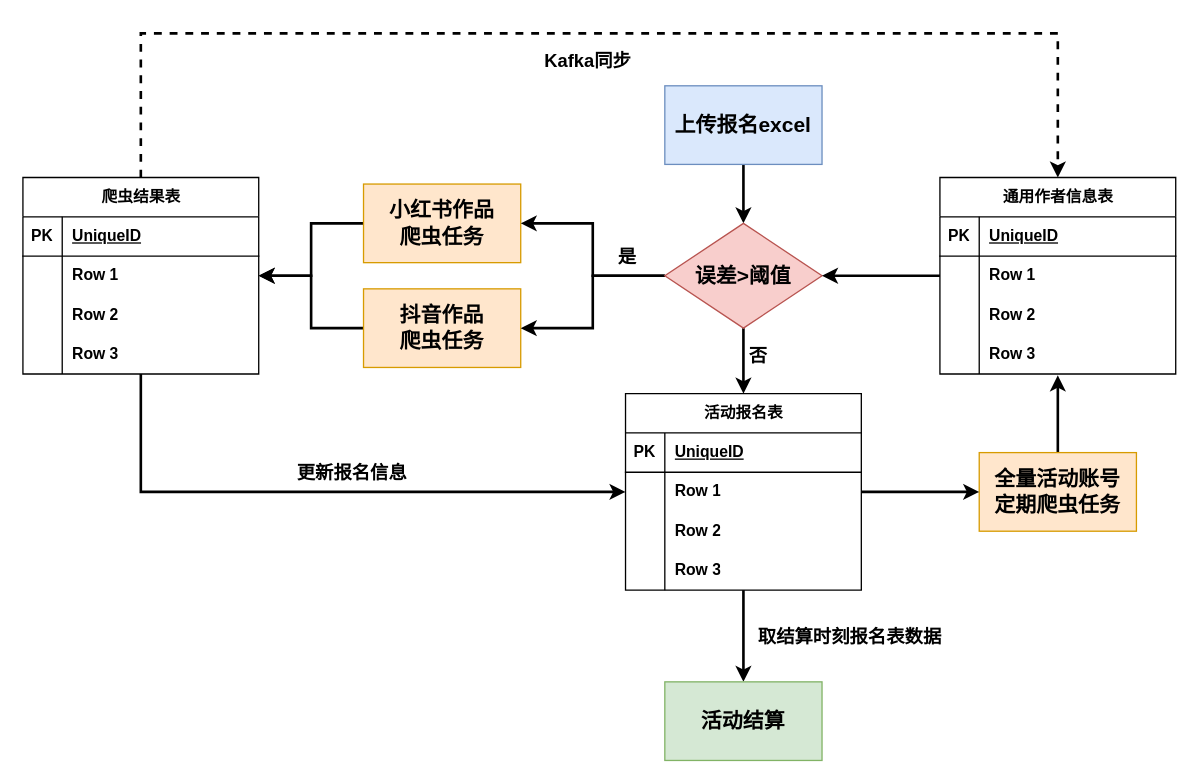
Earlier version of the draw.io diagram 全勤奖报名.drawio (WTongStudio/draw.io). Source tidied: cells renumbered, new cells numbered last; positions are measured from the earlier drawing's top-left corner, leaving out a move shared by most shapes. Both pictures are drawn from the tidied source at 131%, with x=0, y=0 at pixel (22, 33).
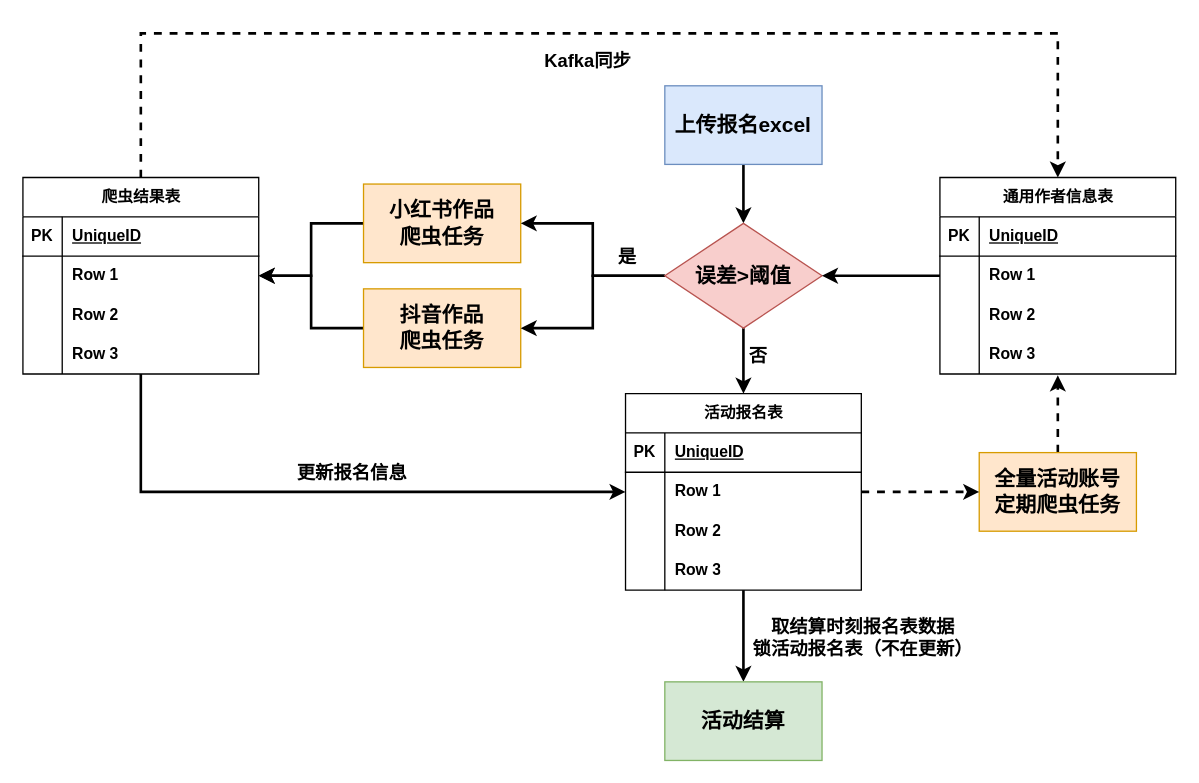
After the change.

Commit message:
更新全勤奖报名.drawio

Unchanged cells that the change refers to:
```xml
<mxCell id="6" style="edgeStyle=orthogonalEdgeStyle;rounded=0;jettySize=auto;html=1;strokeWidth=2;fontStyle=1;" parent="1" edge="1" source="8" target="53">
  <mxGeometry relative="1" as="geometry" />
</mxCell>
<mxCell id="12" style="shape=tableRow;horizontal=0;startSize=0;swimlaneHead=0;swimlaneBody=0;fillColor=none;points=[[0,0.5],[1,0.5]];portConstraint=eastwest;top=0;left=0;right=0;bottom=0;fontStyle=1;" parent="8" vertex="1">
  <mxGeometry y="60" width="180" height="30" as="geometry" />
</mxCell>
<mxCell id="33" style="shape=tableRow;horizontal=0;startSize=0;swimlaneHead=0;swimlaneBody=0;fillColor=none;points=[[0,0.5],[1,0.5]];portConstraint=eastwest;top=0;left=0;right=0;bottom=0;fontStyle=1;" parent="23" vertex="1">
  <mxGeometry y="120" width="180" height="30" as="geometry" />
</mxCell>
<mxCell id="62" value="&lt;font size=&quot;3&quot;&gt;全量活动账号&lt;br&gt;定期爬虫任务&lt;br&gt;&lt;/font&gt;" style="rounded=0;whiteSpace=wrap;html=1;fillColor=#ffe6cc;strokeColor=#d79b00;fontStyle=1;" parent="1" vertex="1">
  <mxGeometry x="730" y="320" width="120" height="60" as="geometry" />
</mxCell>
```

Diff of the diagram source:
```diff
@@
-    <mxCell id="7" value="&lt;span&gt;&lt;font style=&quot;font-size: 14px;&quot;&gt;取结算时刻报名表数据&lt;/font&gt;&lt;/span&gt;" style="edgeLabel;html=1;align=center;verticalAlign=middle;fontStyle=1;" parent="6" vertex="1">
+    <mxCell id="7" value="&lt;span&gt;&lt;font style=&quot;font-size: 14px;&quot;&gt;取结算时刻报名表数据&lt;br&gt;锁活动报名表（不在更新）&lt;br&gt;&lt;/font&gt;&lt;/span&gt;" style="edgeLabel;html=1;align=center;verticalAlign=middle;fontStyle=1;" parent="6" vertex="1">
       <mxGeometry x="-0.11" y="-1" relative="1" as="geometry">
-        <mxPoint x="81" y="4" as="offset" />
+        <mxPoint x="91" y="4" as="offset" />
       </mxGeometry>
     </mxCell>
@@
-    <mxCell id="61" style="edgeStyle=orthogonalEdgeStyle;rounded=0;jettySize=auto;html=1;entryX=0.5;entryY=1.033;entryDx=0;entryDy=0;entryPerimeter=0;strokeWidth=2;" parent="1" edge="1" source="62" target="33">
+    <mxCell id="61" style="edgeStyle=orthogonalEdgeStyle;rounded=0;jettySize=auto;html=1;entryX=0.5;entryY=1.033;entryDx=0;entryDy=0;entryPerimeter=0;strokeWidth=2;dashed=1;" parent="1" edge="1" source="62" target="33">
       <mxGeometry relative="1" as="geometry" />
     </mxCell>
@@
-    <mxCell id="63" style="edgeStyle=orthogonalEdgeStyle;rounded=0;jettySize=auto;html=1;entryX=0;entryY=0.5;entryDx=0;entryDy=0;fontStyle=1;strokeWidth=2;" parent="1" edge="1" source="12" target="62">
+    <mxCell id="63" style="edgeStyle=orthogonalEdgeStyle;rounded=0;jettySize=auto;html=1;entryX=0;entryY=0.5;entryDx=0;entryDy=0;fontStyle=1;strokeWidth=2;dashed=1;" parent="1" edge="1" source="12" target="62">
       <mxGeometry relative="1" as="geometry" />
     </mxCell>
```
